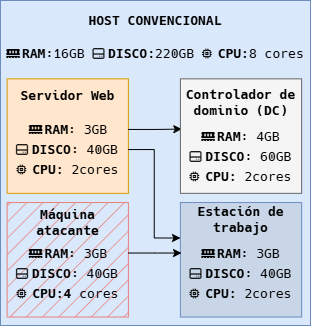
The draw.io diagram Imagenes/implementacion-VM-en-el-host.png in AmasterJT/memoria-tfm, before a commit. Source tidied: cells renumbered, new cells last; positions are measured from the earlier drawing's top-left corner, leaving out a move shared by most shapes.
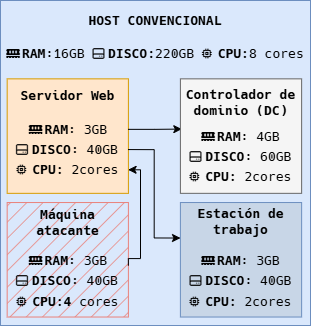
The same file after the commit.

Change to the diagram source:
```diff
@@ -12,16 +12,16 @@
       <mxGeometry x="179.9" y="202" width="121.2" height="114.5" as="geometry" />
     </mxCell>
     <mxCell id="5" value="&lt;b&gt;&amp;nbsp;&lt;/b&gt;&lt;b&gt;RAM&lt;/b&gt;: 3GB" style="text;html=1;whiteSpace=wrap;strokeColor=none;fillColor=none;align=center;verticalAlign=middle;rounded=0;fontSize=13;fontFamily=Hack Nerd Font;" parent="1" vertex="1">
-      <mxGeometry x="181" y="242.5" width="119" height="20.2" as="geometry" />
+      <mxGeometry x="181" y="250" width="119" height="20.2" as="geometry" />
     </mxCell>
     <mxCell id="6" value="&lt;b&gt;&amp;nbsp;&lt;/b&gt;&lt;b&gt;DISCO&lt;/b&gt;: 40GB" style="text;html=1;whiteSpace=wrap;strokeColor=none;fillColor=none;align=center;verticalAlign=middle;rounded=0;fontSize=13;fontFamily=Hack Nerd Font;" parent="1" vertex="1">
-      <mxGeometry x="180" y="262.6" width="121" height="20.2" as="geometry" />
+      <mxGeometry x="180" y="270.2" width="121" height="20.2" as="geometry" />
     </mxCell>
     <mxCell id="7" value="&lt;b&gt;&lt;font&gt;󰍛&amp;nbsp;&lt;/font&gt;&lt;/b&gt;&lt;b&gt;CPU:&lt;/b&gt;&amp;nbsp;2cores" style="text;html=1;whiteSpace=wrap;strokeColor=none;fillColor=none;align=center;verticalAlign=middle;rounded=0;fontSize=13;fontFamily=Hack Nerd Font;" parent="1" vertex="1">
-      <mxGeometry x="181" y="282.9" width="119" height="20.2" as="geometry" />
+      <mxGeometry x="181" y="290.4" width="119" height="20.2" as="geometry" />
     </mxCell>
     <mxCell id="8" value="&lt;font&gt;&lt;b&gt;Estación de trabajo&lt;/b&gt;&lt;/font&gt;" style="text;html=1;whiteSpace=wrap;strokeColor=none;fillColor=none;align=center;verticalAlign=middle;rounded=0;fontFamily=Hack Nerd Font;fontSize=13;" parent="1" vertex="1">
-      <mxGeometry x="179.9" y="202" width="121.2" height="33.7" as="geometry" />
+      <mxGeometry x="179.9" y="202" width="121.2" height="38" as="geometry" />
     </mxCell>
     <mxCell id="9" value="&lt;b style=&quot;font-family: &amp;quot;Hack Nerd Font&amp;quot;;&quot;&gt; RAM&lt;/b&gt;&lt;span style=&quot;font-family: &amp;quot;Hack Nerd Font&amp;quot;;&quot;&gt;:16GB&lt;/span&gt;&lt;span&gt;&lt;span style=&quot;color: rgb(0, 0, 0); font-family: &amp;quot;Hack Nerd Font&amp;quot;; font-style: normal; font-variant-ligatures: normal; font-variant-caps: normal; font-weight: 400; letter-spacing: normal; orphans: 2; text-indent: 0px; text-transform: none; widows: 2; word-spacing: 0px; -webkit-text-stroke-width: 0px; white-space: normal; text-decoration-thickness: initial; text-decoration-style: initial; text-decoration-color: initial; float: none; display: inline !important;&quot;&gt;&amp;nbsp;&lt;/span&gt;&lt;b style=&quot;font-family: &amp;quot;Hack Nerd Font&amp;quot;;&quot;&gt;&amp;nbsp;&lt;/b&gt;&lt;b style=&quot;font-family: &amp;quot;Hack Nerd Font&amp;quot;;&quot;&gt;DISCO:&lt;/b&gt;&lt;span style=&quot;font-family: &amp;quot;Hack Nerd Font&amp;quot;;&quot;&gt;220GB&amp;nbsp;&lt;/span&gt;&lt;b style=&quot;font-family: &amp;quot;Hack Nerd Font&amp;quot;;&quot;&gt;&lt;font&gt;󰍛&amp;nbsp;&lt;/font&gt;&lt;/b&gt;&lt;b style=&quot;font-family: &amp;quot;Hack Nerd Font&amp;quot;;&quot;&gt;CPU:&lt;/b&gt;&lt;span style=&quot;font-family: &amp;quot;Hack Nerd Font&amp;quot;;&quot;&gt;8 cores&lt;/span&gt;&lt;/span&gt;" style="text;whiteSpace=wrap;html=1;align=center;fontSize=13;" parent="1" vertex="1">
       <mxGeometry y="38.7" width="310" height="26.9" as="geometry" />
@@ -73,17 +73,22 @@
     <mxCell id="24" style="rounded=0;whiteSpace=wrap;html=1;fillColor=#E9817A;strokeColor=#E9817A;fontFamily=Hack Nerd Font;fontSize=13;fillStyle=hatch;" parent="1" vertex="1">
       <mxGeometry x="6.7" y="202" width="121.2" height="114.5" as="geometry" />
     </mxCell>
-    <mxCell id="25" style="edgeStyle=orthogonalEdgeStyle;rounded=0;jettySize=auto;html=1;entryX=0;entryY=0.5;entryDx=0;entryDy=0;" parent="1" edge="1" source="26" target="5">
-      <mxGeometry relative="1" as="geometry" />
+    <mxCell id="25" style="edgeStyle=orthogonalEdgeStyle;rounded=0;jettySize=auto;html=1;entryX=1;entryY=0.5;entryDx=0;entryDy=0;exitX=1;exitY=0.75;exitDx=0;exitDy=0;" parent="1" edge="1" source="26" target="15">
+      <mxGeometry relative="1" as="geometry">
+        <Array as="points">
+          <mxPoint x="140" y="258" />
+          <mxPoint x="140" y="169" />
+        </Array>
+      </mxGeometry>
     </mxCell>
     <mxCell id="26" value="&lt;b&gt; RAM&lt;/b&gt;: 3GB" style="text;html=1;whiteSpace=wrap;strokeColor=none;fillColor=none;align=center;verticalAlign=middle;rounded=0;fontSize=13;fontFamily=Hack Nerd Font;" parent="1" vertex="1">
-      <mxGeometry x="7.6" y="242.4" width="120" height="20.2" as="geometry" />
+      <mxGeometry x="7.9" y="250" width="120" height="20.2" as="geometry" />
     </mxCell>
     <mxCell id="27" value="&lt;b&gt; DISCO&lt;/b&gt;: 40GB" style="text;html=1;whiteSpace=wrap;strokeColor=none;fillColor=none;align=center;verticalAlign=middle;rounded=0;fontSize=13;fontFamily=Hack Nerd Font;" parent="1" vertex="1">
-      <mxGeometry x="6" y="262.7" width="121.6" height="20.2" as="geometry" />
+      <mxGeometry x="6.3" y="270.2" width="121.6" height="20.2" as="geometry" />
     </mxCell>
     <mxCell id="28" value="&lt;b&gt;&lt;font&gt;󰍛&amp;nbsp;&lt;/font&gt;CPU:4&lt;/b&gt;&amp;nbsp;cores" style="text;html=1;whiteSpace=wrap;strokeColor=none;fillColor=none;align=center;verticalAlign=middle;rounded=0;fontSize=13;fontFamily=Hack Nerd Font;" parent="1" vertex="1">
-      <mxGeometry x="6.6" y="282.9" width="121" height="20.2" as="geometry" />
+      <mxGeometry x="6.9" y="290.4" width="121" height="20.2" as="geometry" />
     </mxCell>
     <mxCell id="29" value="&lt;font&gt;&lt;b&gt;Máquina atacante&lt;/b&gt;&lt;/font&gt;" style="text;html=1;whiteSpace=wrap;strokeColor=none;fillColor=none;align=center;verticalAlign=middle;rounded=0;fontFamily=Hack Nerd Font;fontSize=13;" parent="1" vertex="1">
       <mxGeometry x="6.7" y="205" width="121.2" height="33.7" as="geometry" />
```
